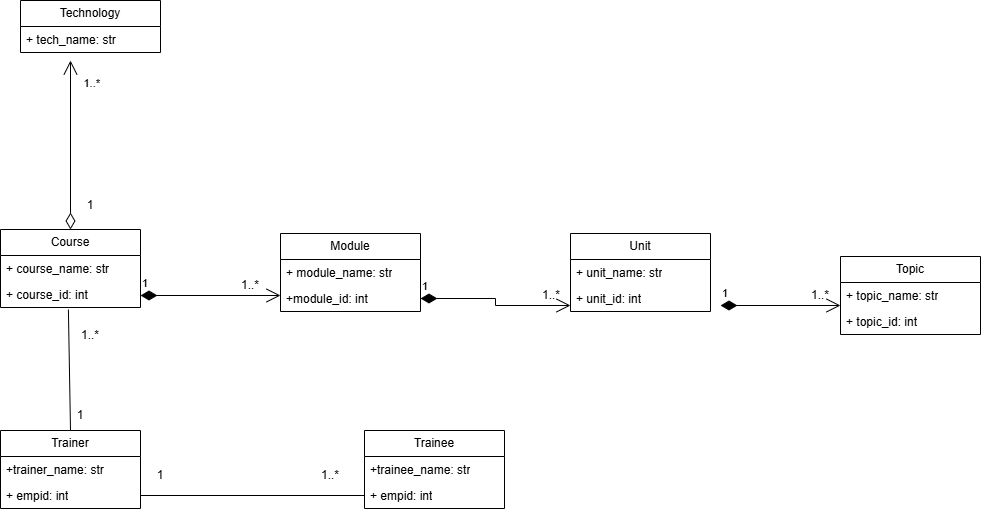
This is trainer_trainee_app.drawio.png from ALS-H/Design_Challenges, a draw.io export, as it was before one commit. Source tidied: cells renumbered, new cells last; positions are measured from the earlier drawing's top-left corner, leaving out a move shared by most shapes.
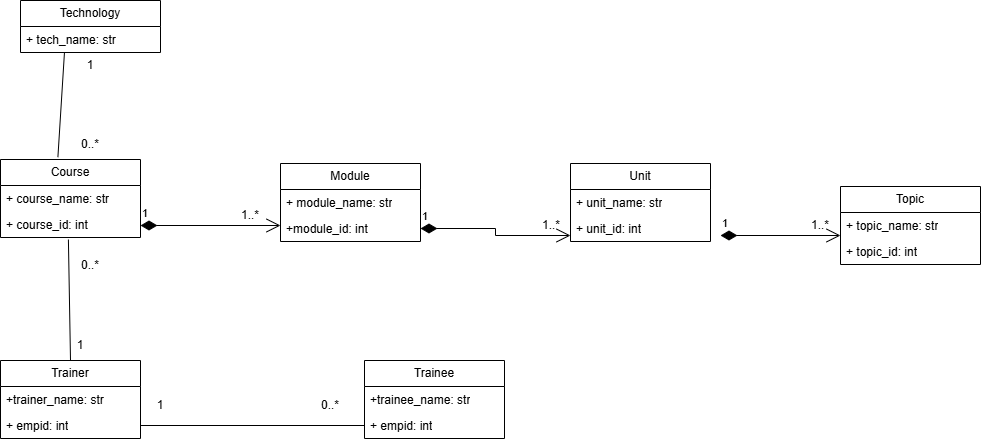
After the change.

The edit, as a diff of the source:
```diff
@@ -11,11 +11,11 @@
     <mxCell id="3" value="1..*" style="text;html=1;whiteSpace=wrap;strokeColor=none;fillColor=none;align=center;verticalAlign=middle;rounded=0;" parent="1" vertex="1">
       <mxGeometry x="220" y="270" width="60" height="30" as="geometry" />
     </mxCell>
-    <mxCell id="4" value="1..*" style="text;html=1;whiteSpace=wrap;strokeColor=none;fillColor=none;align=center;verticalAlign=middle;rounded=0;" parent="1" vertex="1">
+    <mxCell id="4" value="0..*" style="text;html=1;whiteSpace=wrap;strokeColor=none;fillColor=none;align=center;verticalAlign=middle;rounded=0;" parent="1" vertex="1">
       <mxGeometry x="60" y="320" width="60" height="30" as="geometry" />
     </mxCell>
     <mxCell id="5" value="Technology" style="swimlane;fontStyle=0;horizontal=1;startSize=26;fillColor=none;whiteSpace=wrap;html=1;" parent="1" vertex="1">
-      <mxGeometry x="20" width="140" height="52" as="geometry" />
+      <mxGeometry x="20" y="70" width="140" height="52" as="geometry" />
     </mxCell>
     <mxCell id="6" value="+ tech_name: str" style="text;strokeColor=none;fillColor=none;align=left;verticalAlign=top;spacingLeft=4;spacingRight=4;overflow=hidden;points=[[0,0.5],[1,0.5]];portConstraint=eastwest;whiteSpace=wrap;html=1;" parent="5" vertex="1">
       <mxGeometry y="26" width="140" height="26" as="geometry" />
@@ -73,18 +73,8 @@
     <mxCell id="22" value="+ course_id: int" style="text;strokeColor=none;fillColor=none;align=left;verticalAlign=top;spacingLeft=4;spacingRight=4;overflow=hidden;points=[[0,0.5],[1,0.5]];portConstraint=eastwest;whiteSpace=wrap;html=1;" parent="20" vertex="1">
       <mxGeometry y="52" width="140" height="26" as="geometry" />
     </mxCell>
-    <mxCell id="23" style="endArrow=open;html=1;endSize=12;startArrow=diamondThin;startSize=14;startFill=0;edgeStyle=orthogonalEdgeStyle;rounded=0;entryX=0.5;entryY=1;entryDx=0;entryDy=0;exitX=0.5;exitY=0;exitDx=0;exitDy=0;" parent="1" edge="1" source="20">
-      <mxGeometry relative="1" as="geometry">
-        <mxPoint x="70" y="60" as="targetPoint" />
-      </mxGeometry>
-    </mxCell>
-    <mxCell id="24" value="1..*" style="edgeLabel;html=1;align=right;verticalAlign=top;" parent="23" vertex="1">
-      <mxGeometry x="1" relative="1" as="geometry">
-        <mxPoint x="30" y="10" as="offset" />
-      </mxGeometry>
-    </mxCell>
-    <mxCell id="25" value="1" style="text;html=1;whiteSpace=wrap;strokeColor=none;fillColor=none;align=center;verticalAlign=middle;rounded=0;" parent="1" vertex="1">
-      <mxGeometry x="60" y="190" width="60" height="30" as="geometry" />
+    <mxCell id="25" value="0..*" style="text;html=1;whiteSpace=wrap;strokeColor=none;fillColor=none;align=center;verticalAlign=middle;rounded=0;" parent="1" vertex="1">
+      <mxGeometry x="60" y="199" width="60" height="30" as="geometry" />
     </mxCell>
     <mxCell id="26" value="Trainee" style="swimlane;fontStyle=0;horizontal=1;startSize=26;fillColor=none;whiteSpace=wrap;html=1;" parent="1" vertex="1">
       <mxGeometry x="364" y="430" width="140" height="78" as="geometry" />
@@ -104,7 +94,7 @@
     <mxCell id="31" value="+ empid: int" style="text;strokeColor=none;fillColor=none;align=left;verticalAlign=top;spacingLeft=4;spacingRight=4;overflow=hidden;points=[[0,0.5],[1,0.5]];portConstraint=eastwest;whiteSpace=wrap;html=1;" parent="29" vertex="1">
       <mxGeometry y="52" width="140" height="26" as="geometry" />
     </mxCell>
-    <mxCell id="32" value="1..*" style="text;html=1;whiteSpace=wrap;strokeColor=none;fillColor=none;align=center;verticalAlign=middle;rounded=0;" parent="1" vertex="1">
+    <mxCell id="32" value="0..*" style="text;html=1;whiteSpace=wrap;strokeColor=none;fillColor=none;align=center;verticalAlign=middle;rounded=0;" parent="1" vertex="1">
       <mxGeometry x="300" y="460" width="60" height="30" as="geometry" />
     </mxCell>
     <mxCell id="33" style="endArrow=none;html=1;rounded=0;entryX=0.485;entryY=1.079;entryDx=0;entryDy=0;entryPerimeter=0;exitX=0.5;exitY=0;exitDx=0;exitDy=0;" parent="1" edge="1" source="29" target="22">
@@ -119,5 +109,11 @@
     <mxCell id="36" value="1" style="text;html=1;whiteSpace=wrap;strokeColor=none;fillColor=none;align=center;verticalAlign=middle;rounded=0;" parent="1" vertex="1">
       <mxGeometry x="130" y="460" width="60" height="30" as="geometry" />
     </mxCell>
+    <mxCell id="37" style="endArrow=none;html=1;rounded=0;entryX=0.314;entryY=1;entryDx=0;entryDy=0;entryPerimeter=0;exitX=0.41;exitY=-0.03;exitDx=0;exitDy=0;exitPerimeter=0;" parent="1" edge="1" source="20" target="6">
+      <mxGeometry relative="1" as="geometry" />
+    </mxCell>
+    <mxCell id="38" value="1" style="text;html=1;whiteSpace=wrap;strokeColor=none;fillColor=none;align=center;verticalAlign=middle;rounded=0;" parent="1" vertex="1">
+      <mxGeometry x="60" y="120" width="60" height="30" as="geometry" />
+    </mxCell>
   </root>
 </mxGraphModel>
```
